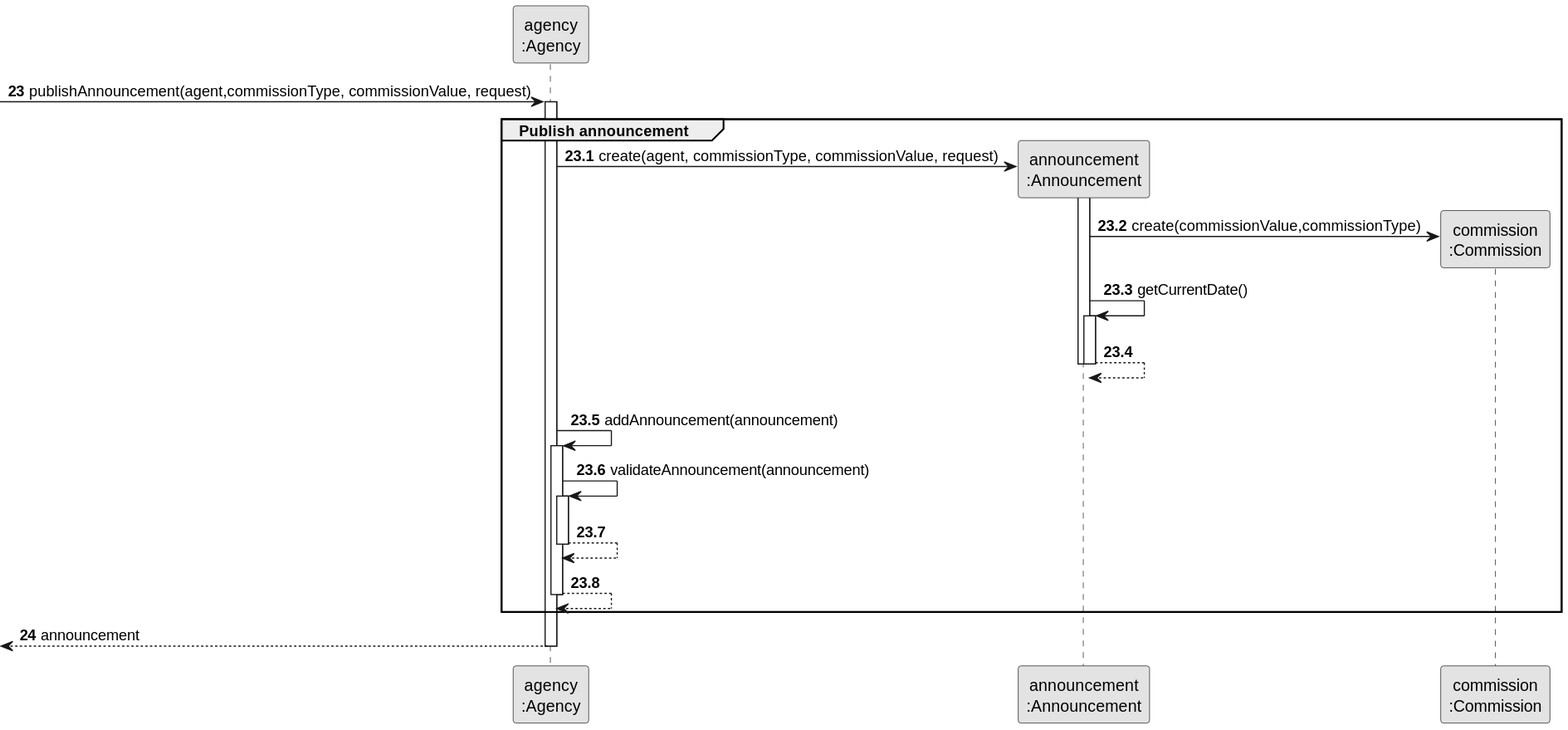
Earlier version of the PlantUML export docs/sprintB/us002/03.design/svg/us002-sequence-diagram-partial-publish-announcement.svg (rita-barbosa/LAPR2-2223).
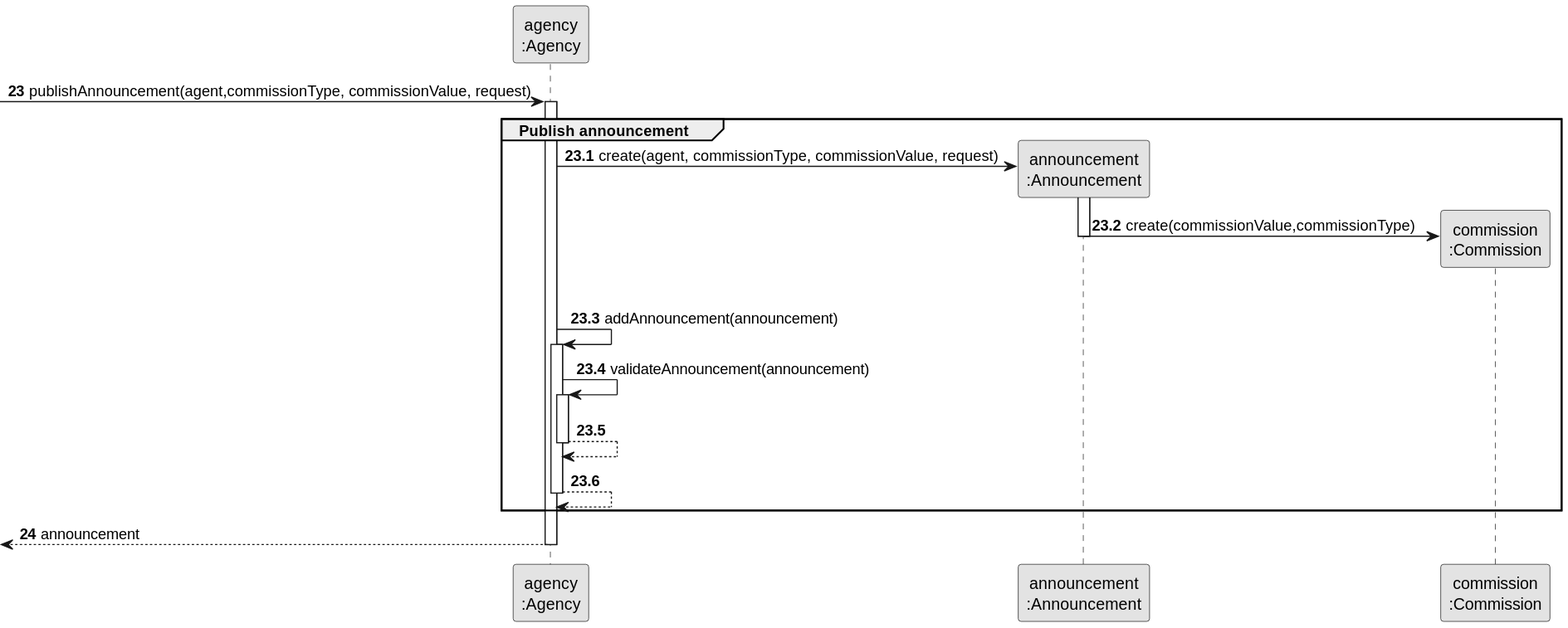
After the change.

The edit, as a diff of the source:
```diff
@@ -22,10 +22,6 @@
 
                 AD -> COMMISSION** : create(commissionValue,commissionType)
 
-                AD -> AD : getCurrentDate()
-                activate AD
-                AD --> AD :
-               deactivate AD
                 |||
                 deactivate AD
 
```
